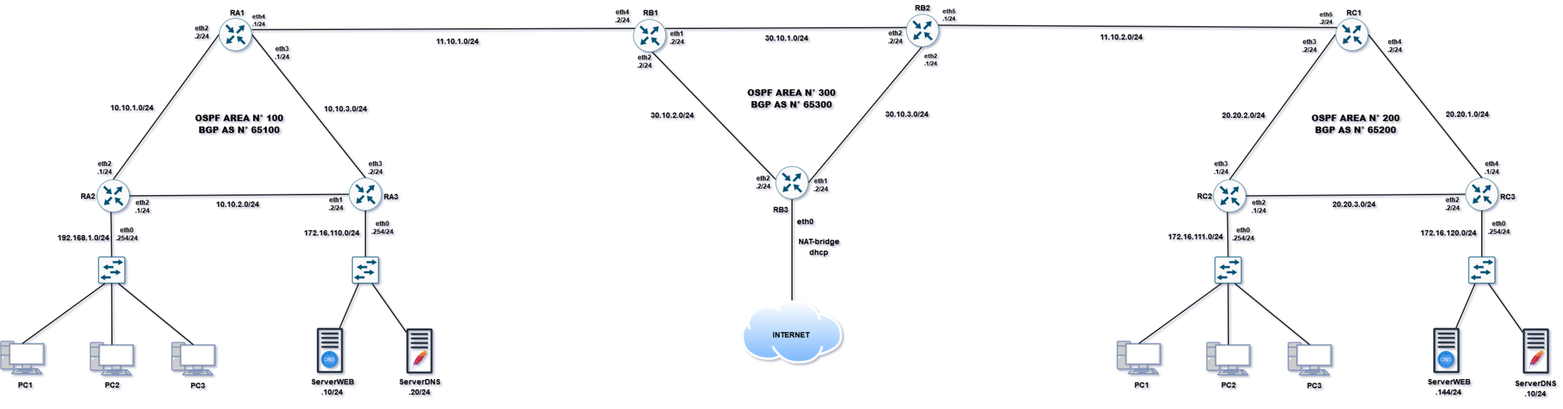
This is projet/Hosts/projet.drawio.png from Kajanflex2/Stage, a draw.io export, as it was before one commit. Source tidied: cells renumbered, new cells last; positions are measured from the earlier drawing's top-left corner, leaving out a move shared by most shapes.
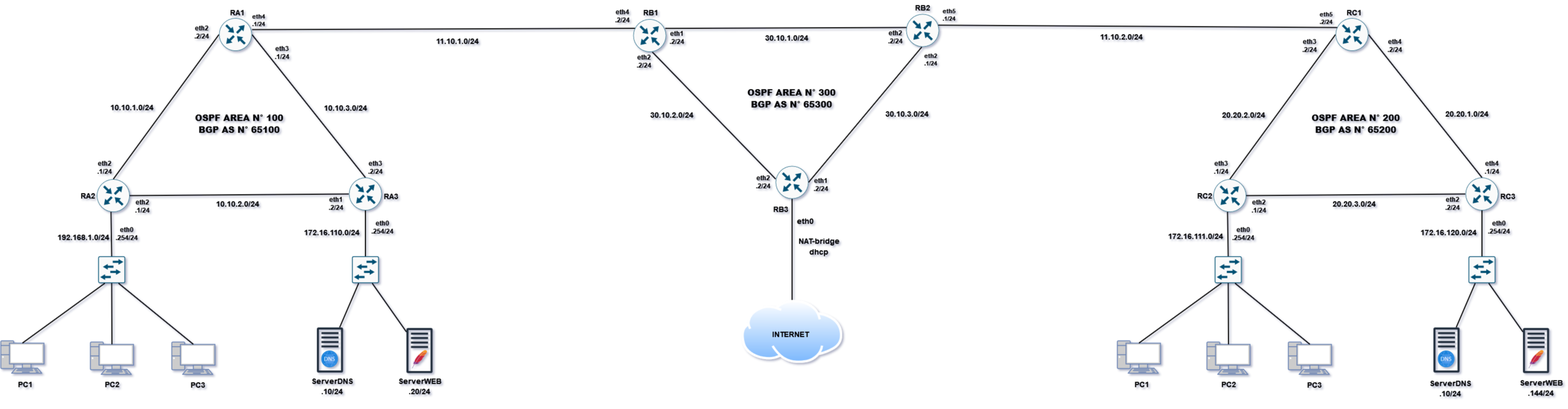
After the commit.

Diff of the diagram source:
```diff
@@ -92,7 +92,7 @@
     <mxCell id="31" value="&lt;p style=&quot;line-height: 10%; font-size: 15px;&quot;&gt;&lt;font size=&quot;1&quot;&gt;&lt;b style=&quot;font-size: 14px;&quot;&gt;PC3&lt;/b&gt;&lt;/font&gt;&lt;/p&gt;" style="text;strokeColor=none;align=center;fillColor=none;html=1;verticalAlign=middle;whiteSpace=wrap;rounded=0;" parent="1" vertex="1">
       <mxGeometry x="331.6" y="700.2" width="67" height="25.2" as="geometry" />
     </mxCell>
-    <mxCell id="32" value="&lt;p style=&quot;line-height: 10%; font-size: 15px;&quot;&gt;&lt;font size=&quot;1&quot;&gt;&lt;b style=&quot;font-size: 14px;&quot;&gt;ServerDNS&lt;/b&gt;&lt;/font&gt;&lt;/p&gt;&lt;p style=&quot;line-height: 10%; font-size: 15px;&quot;&gt;&lt;font size=&quot;1&quot;&gt;&lt;b style=&quot;font-size: 14px;&quot;&gt;.20/24&lt;br&gt;&lt;/b&gt;&lt;/font&gt;&lt;/p&gt;" style="text;strokeColor=none;align=center;fillColor=none;html=1;verticalAlign=middle;whiteSpace=wrap;rounded=0;" parent="1" vertex="1">
+    <mxCell id="32" value="&lt;p style=&quot;line-height: 10%; font-size: 15px;&quot;&gt;&lt;font size=&quot;1&quot;&gt;&lt;b style=&quot;font-size: 14px;&quot;&gt;ServerWEB&lt;/b&gt;&lt;/font&gt;&lt;/p&gt;&lt;p style=&quot;line-height: 10%; font-size: 15px;&quot;&gt;&lt;font size=&quot;1&quot;&gt;&lt;b style=&quot;font-size: 14px;&quot;&gt;.20/24&lt;br&gt;&lt;/b&gt;&lt;/font&gt;&lt;/p&gt;" style="text;strokeColor=none;align=center;fillColor=none;html=1;verticalAlign=middle;whiteSpace=wrap;rounded=0;" parent="1" vertex="1">
       <mxGeometry x="737.5" y="696.2" width="78" height="40" as="geometry" />
     </mxCell>
     <mxCell id="33" value="&lt;p style=&quot;line-height: 100%;&quot;&gt;&lt;b&gt;&lt;font style=&quot;font-size: 14px;&quot;&gt;10.10.2.0/24&lt;/font&gt;&lt;/b&gt;&lt;/p&gt;" style="text;strokeColor=none;align=center;fillColor=none;html=1;verticalAlign=middle;whiteSpace=wrap;rounded=0;" parent="1" vertex="1">
@@ -197,7 +197,7 @@
     <mxCell id="66" style="image;html=1;align=center;fontSize=12;image=img/lib/azure2/networking/DNS_Zones.svg;" parent="64" vertex="1">
       <mxGeometry x="8.7" y="43.5" width="31" height="31" as="geometry" />
     </mxCell>
-    <mxCell id="67" value="&lt;p style=&quot;line-height: 10%; font-size: 15px;&quot;&gt;&lt;font size=&quot;1&quot;&gt;&lt;b style=&quot;font-size: 14px;&quot;&gt;ServerWEB&lt;/b&gt;&lt;/font&gt;&lt;/p&gt;&lt;p style=&quot;line-height: 10%; font-size: 15px;&quot;&gt;&lt;font size=&quot;1&quot;&gt;&lt;b style=&quot;font-size: 14px;&quot;&gt;.10/24&lt;br&gt;&lt;/b&gt;&lt;/font&gt;&lt;/p&gt;" style="text;strokeColor=none;align=center;fillColor=none;html=1;verticalAlign=middle;whiteSpace=wrap;rounded=0;" parent="1" vertex="1">
+    <mxCell id="67" value="&lt;p style=&quot;line-height: 10%; font-size: 15px;&quot;&gt;&lt;font size=&quot;1&quot;&gt;&lt;b style=&quot;font-size: 14px;&quot;&gt;ServerDNS&lt;/b&gt;&lt;/font&gt;&lt;/p&gt;&lt;p style=&quot;line-height: 10%; font-size: 15px;&quot;&gt;&lt;font size=&quot;1&quot;&gt;&lt;b style=&quot;font-size: 14px;&quot;&gt;.10/24&lt;br&gt;&lt;/b&gt;&lt;/font&gt;&lt;/p&gt;" style="text;strokeColor=none;align=center;fillColor=none;html=1;verticalAlign=middle;whiteSpace=wrap;rounded=0;" parent="1" vertex="1">
       <mxGeometry x="576" y="696.2" width="78" height="40" as="geometry" />
     </mxCell>
     <mxCell id="68" value="&lt;p style=&quot;line-height: 100%;&quot;&gt;&lt;b&gt;&lt;font style=&quot;font-size: 14px;&quot;&gt;172.16.110.0/24&lt;/font&gt;&lt;/b&gt;&lt;/p&gt;" style="text;strokeColor=none;align=center;fillColor=none;html=1;verticalAlign=middle;whiteSpace=wrap;rounded=0;" parent="1" vertex="1">
@@ -360,7 +360,7 @@
       <mxGeometry x="8.7" y="43.5" width="31" height="31" as="geometry" />
     </mxCell>
     <mxCell id="121" value="&lt;p style=&quot;line-height: 10%; font-size: 15px;&quot;&gt;&lt;font size=&quot;1&quot;&gt;&lt;b style=&quot;font-size: 14px;&quot;&gt;ServerWEB&lt;/b&gt;&lt;/font&gt;&lt;/p&gt;&lt;p style=&quot;line-height: 10%; font-size: 15px;&quot;&gt;&lt;font size=&quot;1&quot;&gt;&lt;b style=&quot;font-size: 14px;&quot;&gt;.144/24&lt;br&gt;&lt;/b&gt;&lt;/font&gt;&lt;/p&gt;" style="text;strokeColor=none;align=center;fillColor=none;html=1;verticalAlign=middle;whiteSpace=wrap;rounded=0;" parent="1" vertex="1">
-      <mxGeometry x="2646" y="696.2" width="78" height="40" as="geometry" />
+      <mxGeometry x="2817" y="699.2" width="78" height="40" as="geometry" />
     </mxCell>
     <mxCell id="122" value="&lt;p style=&quot;line-height: 100%;&quot;&gt;&lt;b&gt;&lt;font style=&quot;font-size: 14px;&quot;&gt;172.16.120.0/24&lt;/font&gt;&lt;/b&gt;&lt;/p&gt;" style="text;strokeColor=none;align=center;fillColor=none;html=1;verticalAlign=middle;whiteSpace=wrap;rounded=0;" parent="1" vertex="1">
       <mxGeometry x="2626" y="415" width="116" height="30" as="geometry" />
@@ -372,7 +372,7 @@
       <mxGeometry relative="1" as="geometry" />
     </mxCell>
     <mxCell id="125" value="&lt;p style=&quot;line-height: 10%; font-size: 15px;&quot;&gt;&lt;font size=&quot;1&quot;&gt;&lt;b style=&quot;font-size: 14px;&quot;&gt;ServerDNS&lt;/b&gt;&lt;/font&gt;&lt;/p&gt;&lt;p style=&quot;line-height: 10%; font-size: 15px;&quot;&gt;&lt;font size=&quot;1&quot;&gt;&lt;b style=&quot;font-size: 14px;&quot;&gt;.10/24&lt;br&gt;&lt;/b&gt;&lt;/font&gt;&lt;/p&gt;" style="text;strokeColor=none;align=center;fillColor=none;html=1;verticalAlign=middle;whiteSpace=wrap;rounded=0;" parent="1" vertex="1">
-      <mxGeometry x="2807.2" y="699.2" width="78" height="40" as="geometry" />
+      <mxGeometry x="2649" y="700.2" width="78" height="40" as="geometry" />
     </mxCell>
   </root>
 </mxGraphModel>
```
